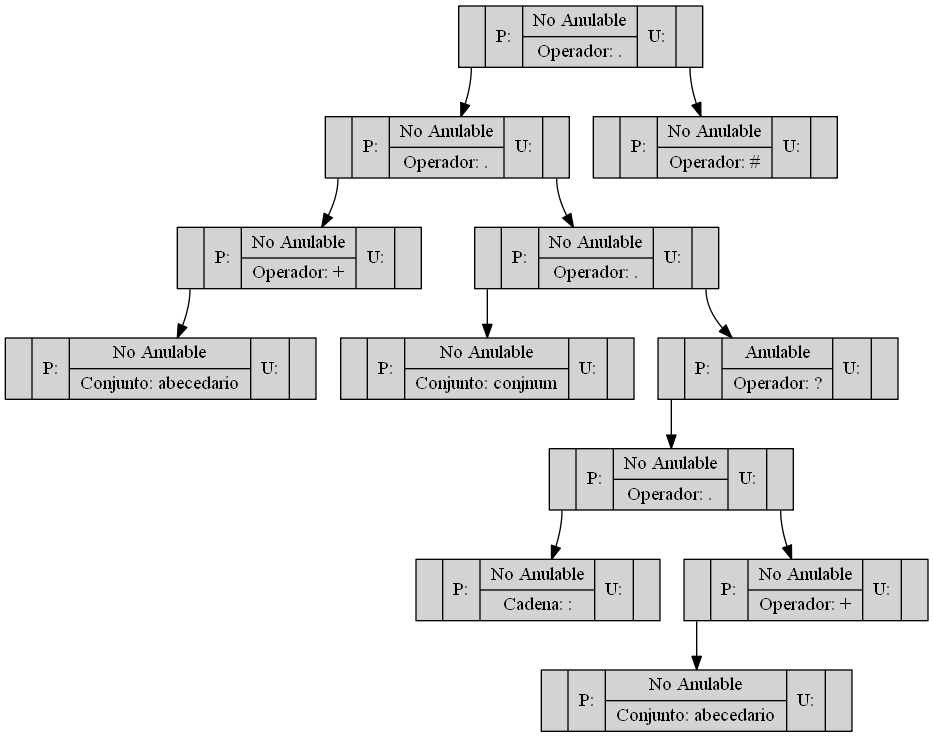
This is OLC1_Practica1_201701133/Arbol1.png from SelvinLP/-OLC1-Practica1_201701133, a Graphviz export, as it was before one commit. Its source is kept beside it as OLC1_Practica1_201701133/Arbol1.dot.
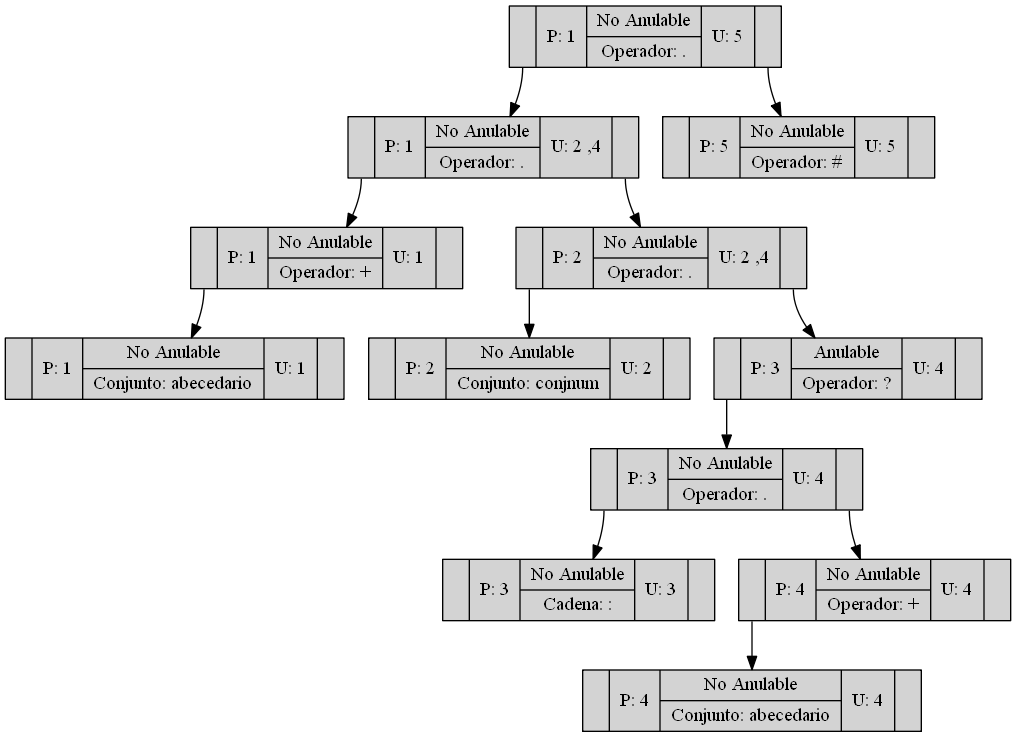
After the change.

What changed in the source:
```diff
@@ -1,28 +1,28 @@
 digraph ARBOL {
 rankdir=TB
 node[shape=record,style=filled]
-"0"[label ="<C0>|P:|{<C1>No Anulable|Operador: \.}|U:|<C2>"];
-"2"[label ="<C0>|P:|{<C1>No Anulable|Operador: \.}|U:|<C2>"];
-"4"[label ="<C0>|P:|{<C1>No Anulable|Operador: \+}|U:|<C2>"];
-"5"[label ="<C0>|P:|{<C1>No Anulable|Conjunto: abecedario}|U:|<C2>"];
+"0"[label ="<C0>|P: 1|{<C1>No Anulable|Operador: \.}|U: 5|<C2>"];
+"2"[label ="<C0>|P: 1|{<C1>No Anulable|Operador: \.}|U: 2 ,4|<C2>"];
+"4"[label ="<C0>|P: 1|{<C1>No Anulable|Operador: \+}|U: 1|<C2>"];
+"5"[label ="<C0>|P: 1|{<C1>No Anulable|Conjunto: abecedario}|U: 1|<C2>"];
 "4":C0->"5";
 "2":C0->"4";
-"6"[label ="<C0>|P:|{<C1>No Anulable|Operador: \.}|U:|<C2>"];
-"7"[label ="<C0>|P:|{<C1>No Anulable|Conjunto: conjnum}|U:|<C2>"];
+"6"[label ="<C0>|P: 2|{<C1>No Anulable|Operador: \.}|U: 2 ,4|<C2>"];
+"7"[label ="<C0>|P: 2|{<C1>No Anulable|Conjunto: conjnum}|U: 2|<C2>"];
 "6":C0->"7";
-"8"[label ="<C0>|P:|{<C1>Anulable|Operador: \?}|U:|<C2>"];
-"9"[label ="<C0>|P:|{<C1>No Anulable|Operador: \.}|U:|<C2>"];
-"10"[label ="<C0>|P:|{<C1>No Anulable|Cadena: \:}|U:|<C2>"];
+"8"[label ="<C0>|P: 3|{<C1>Anulable|Operador: \?}|U: 4|<C2>"];
+"9"[label ="<C0>|P: 3|{<C1>No Anulable|Operador: \.}|U: 4|<C2>"];
+"10"[label ="<C0>|P: 3|{<C1>No Anulable|Cadena: \:}|U: 3|<C2>"];
 "9":C0->"10";
-"11"[label ="<C0>|P:|{<C1>No Anulable|Operador: \+}|U:|<C2>"];
-"12"[label ="<C0>|P:|{<C1>No Anulable|Conjunto: abecedario}|U:|<C2>"];
+"11"[label ="<C0>|P: 4|{<C1>No Anulable|Operador: \+}|U: 4|<C2>"];
+"12"[label ="<C0>|P: 4|{<C1>No Anulable|Conjunto: abecedario}|U: 4|<C2>"];
 "11":C0->"12";
 "9":C2->"11";
 "8":C0->"9";
 "6":C2->"8";
 "2":C2->"6";
 "0":C0->"2";
-"1"[label ="<C0>|P:|{<C1>No Anulable|Operador: \#}|U:|<C2>"];
+"1"[label ="<C0>|P: 5|{<C1>No Anulable|Operador: \#}|U: 5|<C2>"];
 "0":C2->"1";
 
 }
```
